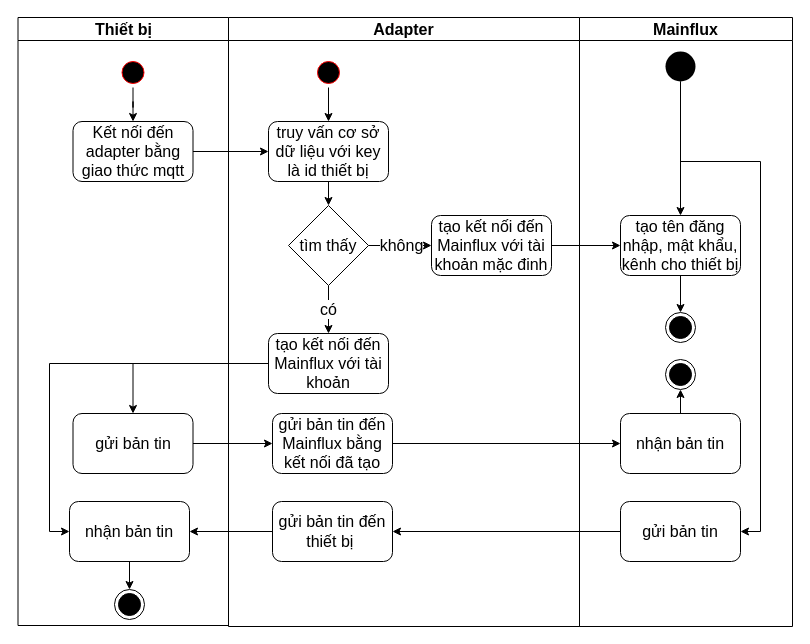
Above: images/Untitled Diagram.drawio in linhabc/mqtt_adapter_nodejs (draw.io), before the change. Source tidied: cells renumbered, new cells numbered last; positions are measured from the earlier drawing's top-left corner, leaving out a move shared by most shapes. Both pictures are drawn from the tidied source at 100%, with x=0, y=0 at pixel (17, 17).
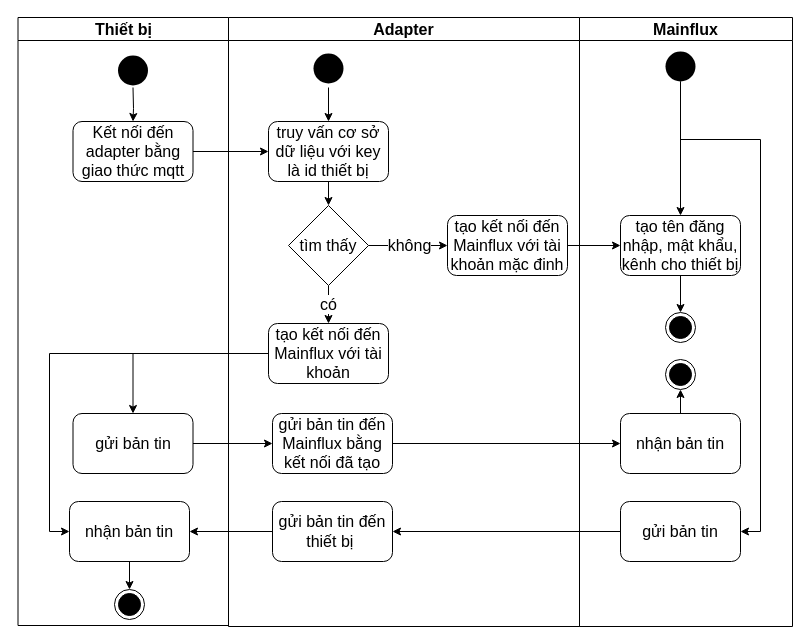
After the change.

Unchanged cells that the change refers to:
```xml
<mxCell id="2" value="Thiết bị" style="swimlane;whiteSpace=wrap;fontSize=16;" parent="1" vertex="1">
  <mxGeometry x="0.5" width="210.5" height="608" as="geometry" />
</mxCell>
<mxCell id="5" value="Kết nối đến adapter bằng giao thức mqtt" style="rounded=1;whiteSpace=wrap;html=1;fontSize=16;" parent="2" vertex="1">
  <mxGeometry x="55" y="104" width="120" height="60" as="geometry" />
</mxCell>
<mxCell id="6" value="gửi bản tin" style="rounded=1;whiteSpace=wrap;html=1;fontSize=16;" parent="2" vertex="1">
  <mxGeometry x="55" y="396" width="120" height="60" as="geometry" />
</mxCell>
<mxCell id="8" value="nhận bản tin" style="rounded=1;whiteSpace=wrap;html=1;fontSize=16;" parent="2" vertex="1">
  <mxGeometry x="51.5" y="484" width="120" height="60" as="geometry" />
</mxCell>
<mxCell id="10" value="Adapter" style="swimlane;whiteSpace=wrap;fontSize=16;" parent="1" vertex="1">
  <mxGeometry x="211" width="351" height="609" as="geometry" />
</mxCell>
<mxCell id="14" value="truy vấn cơ sở dữ liệu với key là id thiết bị" style="rounded=1;whiteSpace=wrap;html=1;fontSize=16;" parent="10" vertex="1">
  <mxGeometry x="40" y="104" width="120" height="60" as="geometry" />
</mxCell>
<mxCell id="22" value="Mainflux" style="swimlane;whiteSpace=wrap;startSize=23;fontSize=16;" parent="1" vertex="1">
  <mxGeometry x="562" width="213" height="609" as="geometry" />
</mxCell>
<mxCell id="25" value="gửi bản tin" style="rounded=1;whiteSpace=wrap;html=1;fontSize=16;" parent="22" vertex="1">
  <mxGeometry x="41" y="484" width="120" height="60" as="geometry" />
</mxCell>
<mxCell id="28" style="ellipse;fillColor=#000000;strokeColor=none;fontSize=16;" parent="22" vertex="1">
  <mxGeometry x="86" y="34" width="30" height="30" as="geometry" />
</mxCell>
<mxCell id="31" value="tạo tên đăng nhập, mật khẩu, kênh cho thiết bị" style="rounded=1;whiteSpace=wrap;html=1;fontSize=16;" parent="22" vertex="1">
  <mxGeometry x="41" y="198" width="120" height="60" as="geometry" />
</mxCell>
```

Change to the diagram source:
```diff
@@
-    <mxCell id="3" style="edgeStyle=orthogonalEdgeStyle;rounded=0;jettySize=auto;html=1;fontSize=16;" parent="2" edge="1" source="4" target="5">
-      <mxGeometry relative="1" as="geometry" />
+    <mxCell id="3" style="edgeStyle=orthogonalEdgeStyle;rounded=0;jettySize=auto;html=1;fontSize=16;" parent="2" edge="1" target="5">
+      <mxGeometry relative="1" as="geometry">
+        <mxPoint x="115" y="70" as="sourcePoint" />
+      </mxGeometry>
     </mxCell>
-    <mxCell id="4" style="ellipse;shape=startState;fillColor=#000000;strokeColor=#ff0000;fontSize=16;" parent="2" vertex="1">
-      <mxGeometry x="100" y="40" width="30" height="30" as="geometry" />
-    </mxCell>
@@
+    <mxCell id="41" style="ellipse;fillColor=#000000;strokeColor=none;fontSize=16;" parent="2" vertex="1">
+      <mxGeometry x="100" y="38" width="30" height="30" as="geometry" />
+    </mxCell>
@@
-    <mxCell id="11" style="edgeStyle=orthogonalEdgeStyle;rounded=0;jettySize=auto;html=1;entryX=0.5;entryY=0;entryDx=0;entryDy=0;fontSize=16;" parent="10" edge="1" source="12" target="14">
-      <mxGeometry relative="1" as="geometry" />
+    <mxCell id="11" style="edgeStyle=orthogonalEdgeStyle;rounded=0;jettySize=auto;html=1;entryX=0.5;entryY=0;entryDx=0;entryDy=0;fontSize=16;" parent="10" edge="1" target="14">
+      <mxGeometry relative="1" as="geometry">
+        <mxPoint x="100" y="70" as="sourcePoint" />
+      </mxGeometry>
     </mxCell>
-    <mxCell id="12" style="ellipse;shape=startState;fillColor=#000000;strokeColor=#ff0000;fontSize=16;" parent="10" vertex="1">
-      <mxGeometry x="85" y="40" width="30" height="30" as="geometry" />
-    </mxCell>
@@
     <mxCell id="18" value="tạo kết nối đến Mainflux với tài khoản mặc đinh" style="rounded=1;whiteSpace=wrap;html=1;fontSize=16;" parent="10" vertex="1">
-      <mxGeometry x="203" y="198" width="120" height="60" as="geometry" />
+      <mxGeometry x="219" y="198" width="120" height="60" as="geometry" />
     </mxCell>
     <mxCell id="19" value="tạo kết nối đến Mainflux với tài khoản" style="rounded=1;whiteSpace=wrap;html=1;fontSize=16;" parent="10" vertex="1">
-      <mxGeometry x="40" y="316" width="120" height="60" as="geometry" />
+      <mxGeometry x="40" y="306" width="120" height="60" as="geometry" />
     </mxCell>
@@
+    <mxCell id="42" style="ellipse;fillColor=#000000;strokeColor=none;fontSize=16;" parent="10" vertex="1">
+      <mxGeometry x="85" y="36" width="30" height="30" as="geometry" />
+    </mxCell>
@@
+    <mxCell id="27" style="edgeStyle=orthogonalEdgeStyle;rounded=0;jettySize=auto;html=1;fontSize=16;" parent="22" edge="1" source="28" target="31">
+      <mxGeometry relative="1" as="geometry" />
+    </mxCell>
-    <mxCell id="26" style="edgeStyle=orthogonalEdgeStyle;rounded=0;jettySize=auto;html=1;entryX=1;entryY=0.5;entryDx=0;entryDy=0;fontSize=16;" parent="22" edge="1" source="28" target="25">
+    <mxCell id="26" style="edgeStyle=orthogonalEdgeStyle;rounded=0;jettySize=auto;html=1;entryX=1;entryY=0.5;entryDx=0;entryDy=0;" parent="22" edge="1" source="28" target="25">
       <mxGeometry relative="1" as="geometry">
         <Array as="points">
-          <mxPoint x="101" y="144" />
-          <mxPoint x="181" y="144" />
+          <mxPoint x="101" y="122" />
+          <mxPoint x="181" y="122" />
           <mxPoint x="181" y="514" />
         </Array>
       </mxGeometry>
     </mxCell>
-    <mxCell id="27" style="edgeStyle=orthogonalEdgeStyle;rounded=0;jettySize=auto;html=1;fontSize=16;" parent="22" edge="1" source="28" target="31">
-      <mxGeometry relative="1" as="geometry" />
-    </mxCell>
@@
-    <mxCell id="35" style="edgeStyle=orthogonalEdgeStyle;rounded=0;jettySize=auto;html=1;fontSize=16;" parent="1" edge="1" source="19" target="6">
-      <mxGeometry relative="1" as="geometry" />
-    </mxCell>
@@
+    <mxCell id="40" style="edgeStyle=orthogonalEdgeStyle;rounded=0;jettySize=auto;html=1;fontSize=16;" parent="1" edge="1" source="18" target="31">
+      <mxGeometry relative="1" as="geometry" />
+    </mxCell>
+    <mxCell id="35" style="edgeStyle=orthogonalEdgeStyle;rounded=0;jettySize=auto;html=1;entryX=0.5;entryY=0;entryDx=0;entryDy=0;" parent="1" edge="1" source="19" target="6">
+      <mxGeometry relative="1" as="geometry" />
+    </mxCell>
-    <mxCell id="39" style="edgeStyle=orthogonalEdgeStyle;rounded=0;jettySize=auto;html=1;entryX=0;entryY=0.5;entryDx=0;entryDy=0;fontSize=16;" parent="1" edge="1" source="19" target="8">
+    <mxCell id="39" style="edgeStyle=orthogonalEdgeStyle;rounded=0;jettySize=auto;html=1;entryX=0;entryY=0.5;entryDx=0;entryDy=0;" parent="1" edge="1" source="19" target="8">
       <mxGeometry relative="1" as="geometry" />
     </mxCell>
-    <mxCell id="40" style="edgeStyle=orthogonalEdgeStyle;rounded=0;jettySize=auto;html=1;fontSize=16;" parent="1" edge="1" source="18" target="31">
-      <mxGeometry relative="1" as="geometry" />
-    </mxCell>
```
